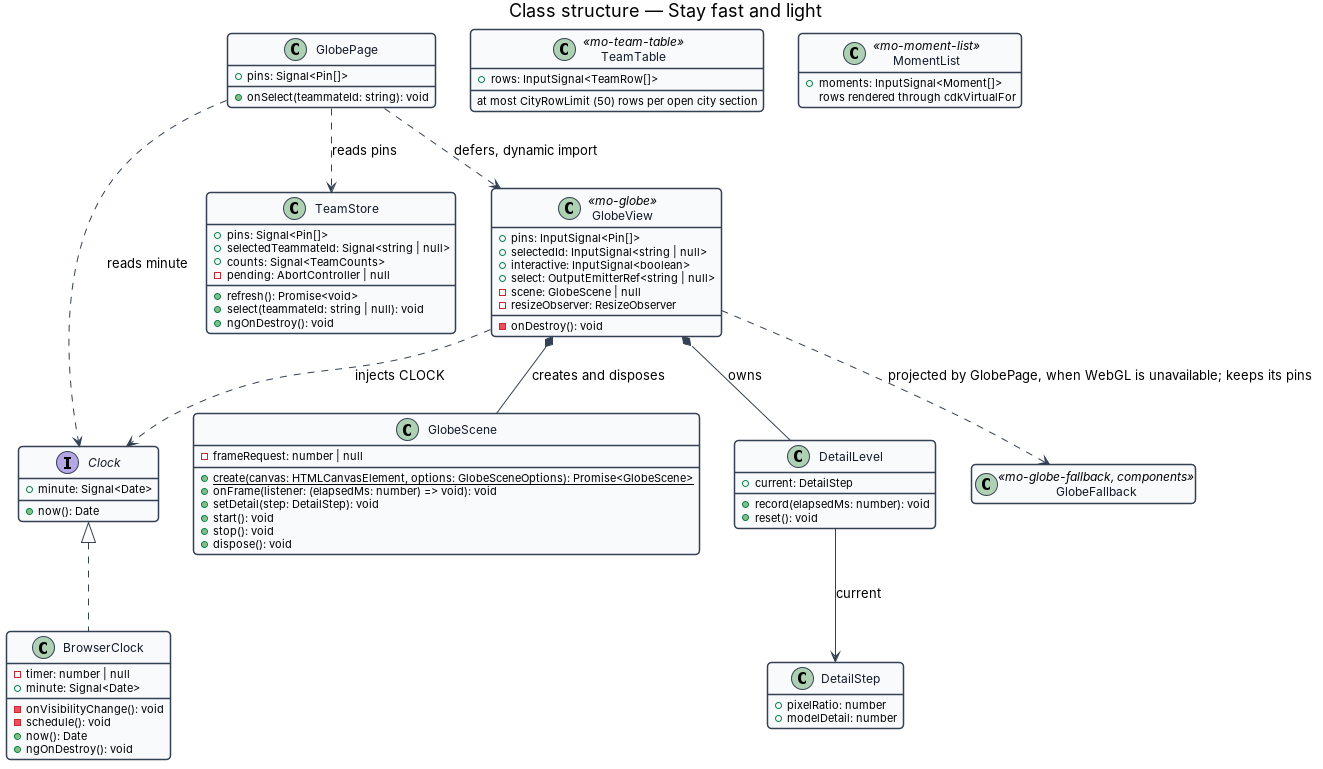
Above: docs/detailed-designs/platform/stay-fast-and-light/diagrams/class-structure.png in QuinntyneBrown/Mondino (PlantUML), before the change. Its source is kept beside it as docs/detailed-designs/platform/stay-fast-and-light/diagrams/class-structure.puml.
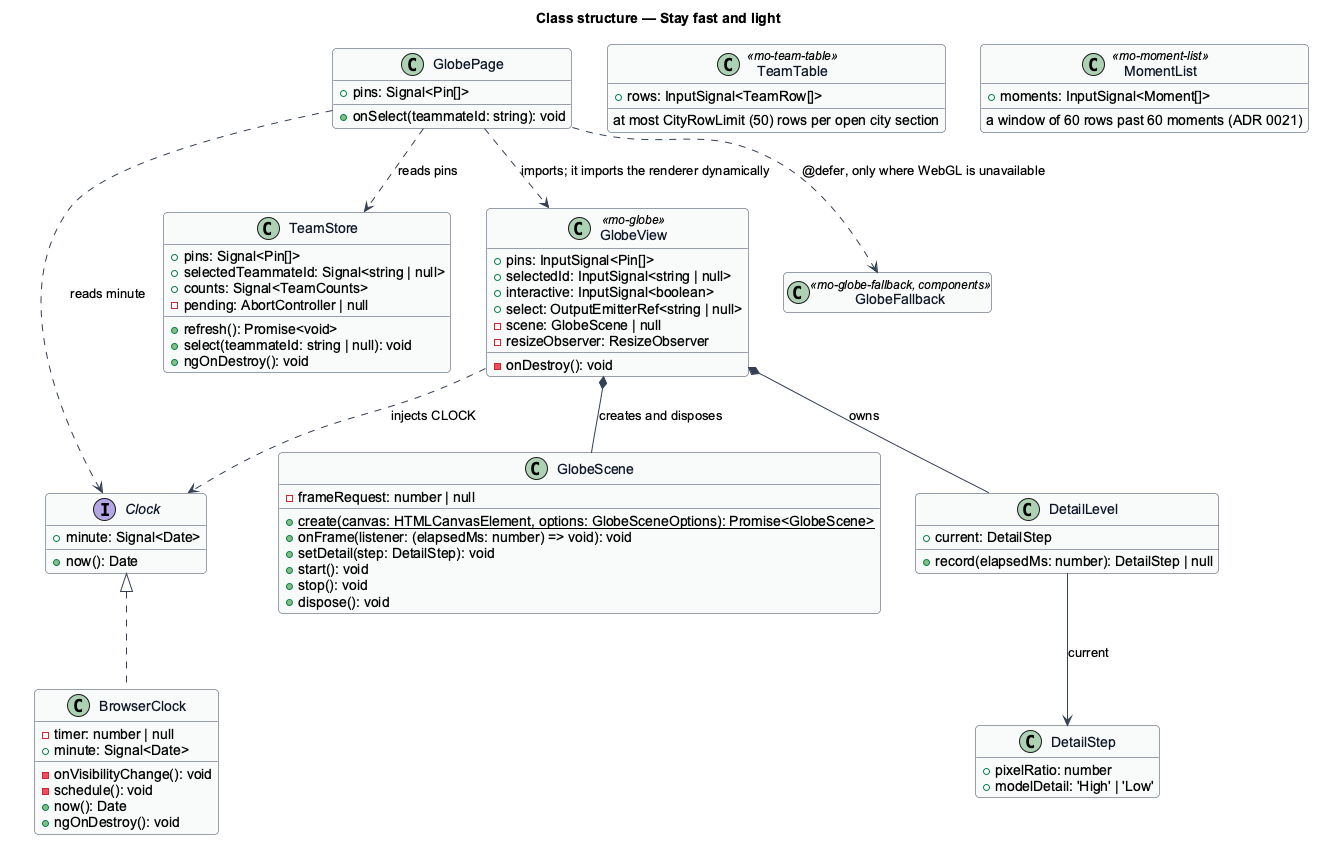
The same file after the commit.

The edit, as a diff of the source:
```diff
@@ -63,13 +63,12 @@
 
 class DetailLevel {
   +current: DetailStep
-  +record(elapsedMs: number): void
-  +reset(): void
+  +record(elapsedMs: number): DetailStep | null
 }
 
 class DetailStep {
   +pixelRatio: number
-  +modelDetail: number
+  +modelDetail: 'High' | 'Low'
 }
 
 class GlobeFallback <<mo-globe-fallback, components>> {
@@ -82,15 +81,15 @@
 
 class MomentList <<mo-moment-list>> {
   +moments: InputSignal<Moment[]>
-  rows rendered through cdkVirtualFor
+  a window of 60 rows past 60 moments (ADR 0021)
 }
 
 Clock <|.. BrowserClock
 GlobePage ..> TeamStore : reads pins
 GlobePage ..> Clock : reads minute
-GlobePage ..> GlobeView : defers, dynamic import
+GlobePage ..> GlobeView : imports; it imports the renderer dynamically
+GlobePage ..> GlobeFallback : @defer, only where WebGL is unavailable
 GlobeView *-- GlobeScene : creates and disposes
-GlobeView ..> GlobeFallback : projected by GlobePage, when WebGL is unavailable; keeps its pins
 GlobeView *-- DetailLevel : owns
 GlobeView ..> Clock : injects CLOCK
 DetailLevel --> DetailStep : current
```
